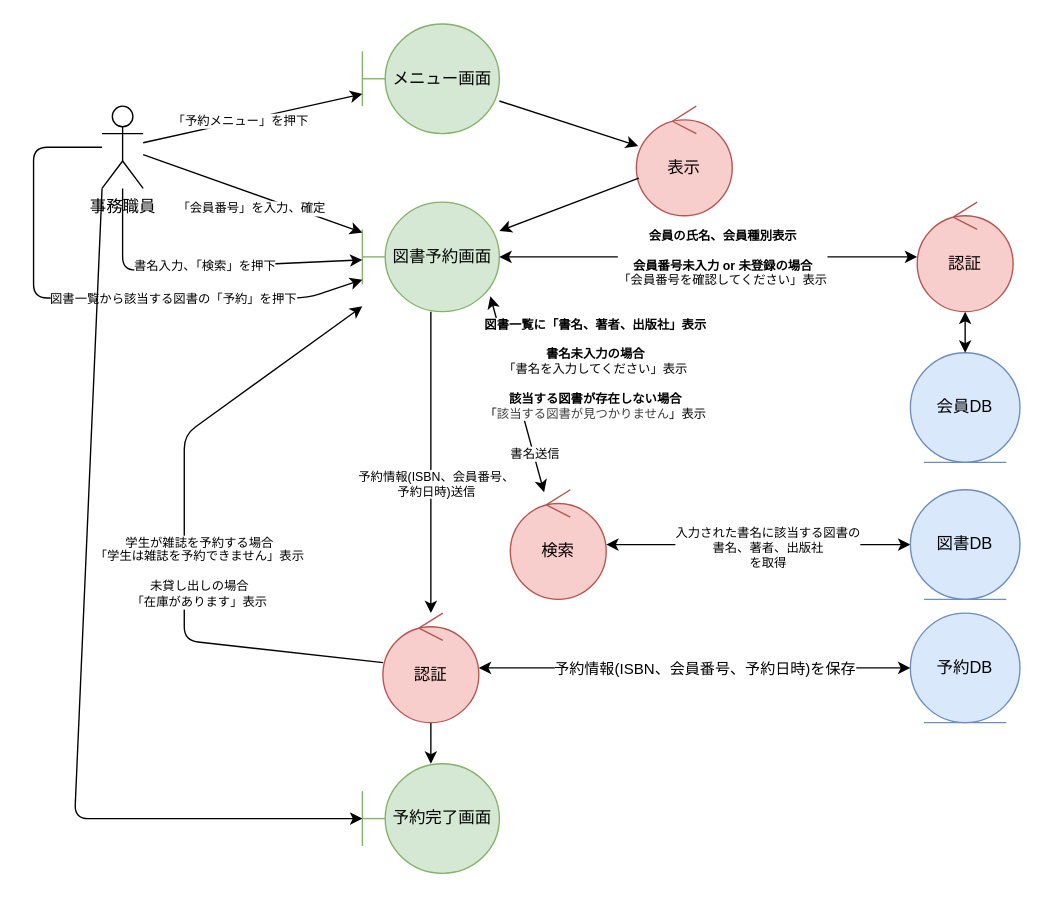
FujikawaHirono0520/group3_1_dogdog keeps this draw.io diagram as kouka2/analysis_reserve.drawio. Above is the earlier version. Source tidied: cells renumbered, new cells numbered last; positions are measured from the earlier drawing's top-left corner, leaving out a move shared by most shapes. Both pictures are drawn from the tidied source at 137%, with x=0, y=0 at pixel (33, 23).
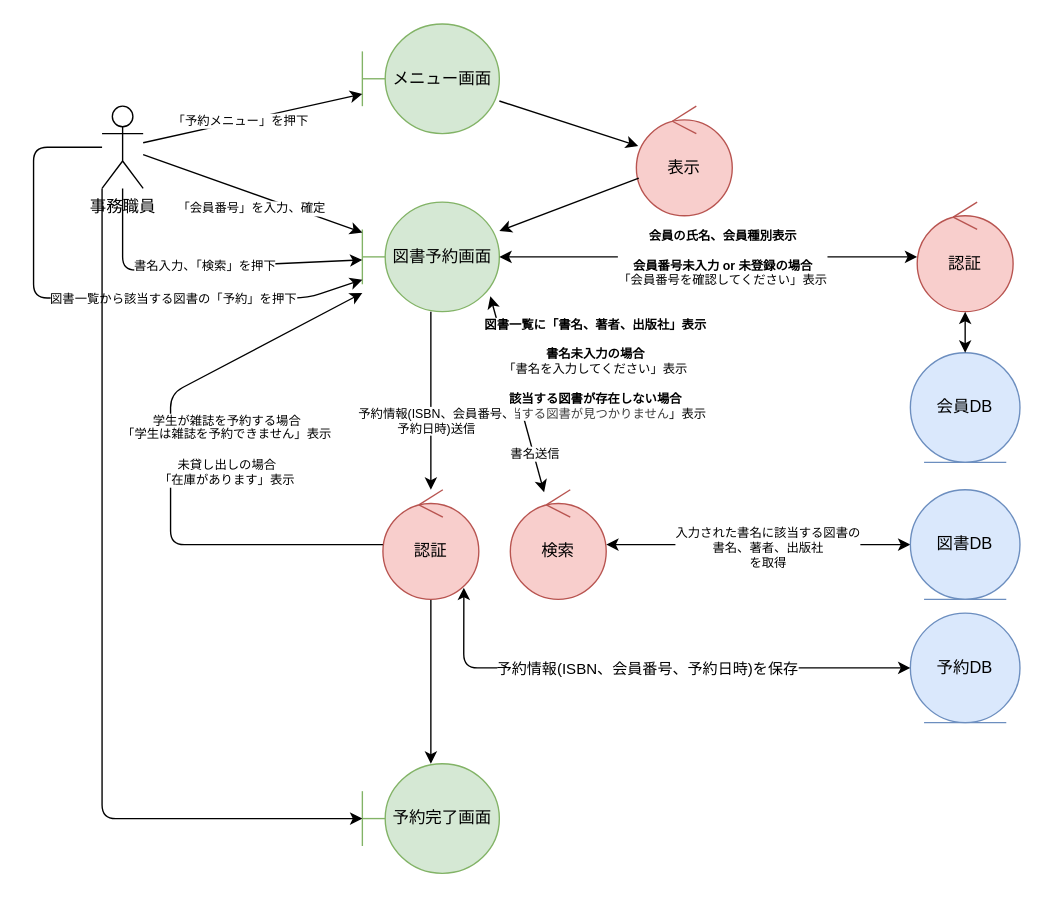
The same page after the edit.

Commit message:
微調整 予約

Unchanged cells that the change refers to:
```xml
<mxCell id="2" value="事務職員" style="shape=umlActor;verticalLabelPosition=bottom;verticalAlign=top;html=1;outlineConnect=0;" parent="1" vertex="1">
  <mxGeometry x="50" y="60" width="30" height="60" as="geometry" />
</mxCell>
<mxCell id="6" value="予約DB" style="ellipse;shape=umlEntity;whiteSpace=wrap;html=1;fillColor=#dae8fc;strokeColor=#6c8ebf;" parent="1" vertex="1">
  <mxGeometry x="640" y="430" width="80" height="80" as="geometry" />
</mxCell>
<mxCell id="10" value="図書予約画面" style="shape=umlBoundary;whiteSpace=wrap;html=1;fillColor=#d5e8d4;strokeColor=#82b366;" parent="1" vertex="1">
  <mxGeometry x="240" y="130" width="100" height="80" as="geometry" />
</mxCell>
<mxCell id="30" value="予約完了画面" style="shape=umlBoundary;whiteSpace=wrap;html=1;fillColor=#d5e8d4;strokeColor=#82b366;" parent="1" vertex="1">
  <mxGeometry x="240" y="540" width="100" height="80" as="geometry" />
</mxCell>
```

Diff of the diagram source:
```diff
@@
     <mxCell id="27" value="認証" style="ellipse;shape=umlControl;whiteSpace=wrap;html=1;fillColor=#f8cecc;strokeColor=#b85450;" parent="1" vertex="1">
-      <mxGeometry x="255" y="430" width="70" height="80" as="geometry" />
+      <mxGeometry x="255" y="340" width="70" height="80" as="geometry" />
     </mxCell>
@@
-    <mxCell id="31" style="endArrow=classic;startArrow=classic;html=1;" parent="1" edge="1" source="27" target="6">
-      <mxGeometry relative="1" as="geometry" />
+    <mxCell id="31" style="endArrow=classic;startArrow=classic;html=1;exitX=0.844;exitY=0.893;exitDx=0;exitDy=0;exitPerimeter=0;" parent="1" edge="1" source="27" target="6">
+      <mxGeometry relative="1" as="geometry">
+        <Array as="points">
+          <mxPoint x="314" y="470" />
+        </Array>
+      </mxGeometry>
     </mxCell>
@@
     <mxCell id="33" style="endArrow=classic;html=1;" parent="1" edge="1" source="27" target="10">
       <mxGeometry relative="1" as="geometry">
         <Array as="points">
-          <mxPoint x="110" y="450" />
-          <mxPoint x="110" y="300" />
+          <mxPoint x="100" y="380" />
+          <mxPoint x="100" y="270" />
         </Array>
       </mxGeometry>
     </mxCell>
     <mxCell id="34" value="&lt;div&gt;学生が雑誌を予約する場合&lt;/div&gt;「学生は雑誌を予約できません」表示&lt;div&gt;&lt;br&gt;&lt;/div&gt;&lt;div&gt;未貸し出しの場合&lt;/div&gt;&lt;div&gt;「在庫があります」表示&lt;/div&gt;" style="edgeLabel;html=1;align=center;verticalAlign=middle;fontSize=9;" parent="33" vertex="1">
       <mxGeometry x="0.09" y="-1" relative="1" as="geometry">
-        <mxPoint x="9" y="52" as="offset" />
+        <mxPoint x="39" y="6" as="offset" />
       </mxGeometry>
     </mxCell>
     <mxCell id="35" style="endArrow=classic;html=1;exitX=0;exitY=1;exitDx=0;exitDy=0;exitPerimeter=0;" parent="1" edge="1" source="2" target="30">
       <mxGeometry relative="1" as="geometry">
         <Array as="points">
-          <mxPoint x="30" y="580" />
+          <mxPoint x="50" y="580" />
         </Array>
       </mxGeometry>
     </mxCell>
```
